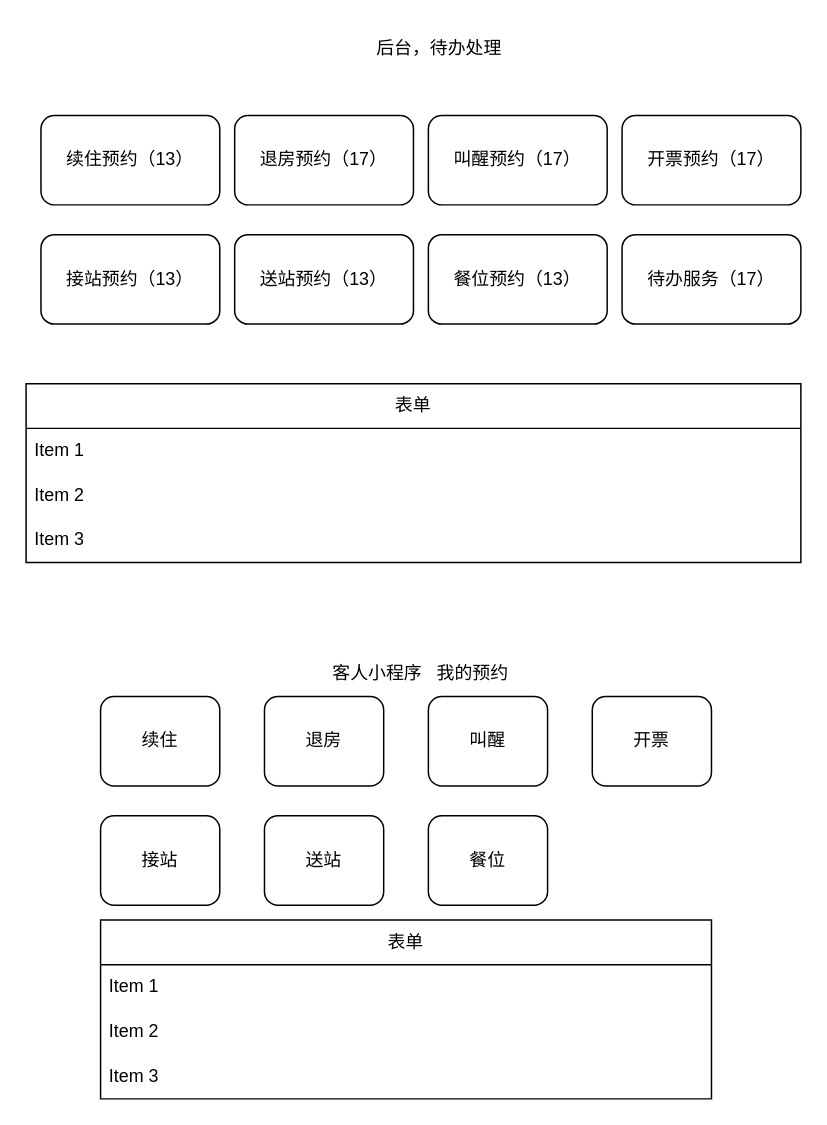
The draw.io diagram xzzh/服务管家.drawio in daniel-7d/draw, before the edit. Source tidied: cells renumbered, new cells numbered last; positions are measured from the earlier drawing's top-left corner, leaving out a move shared by most shapes. Both pictures are drawn from the tidied source at 149%, with x=0, y=0 at pixel (25, 25).
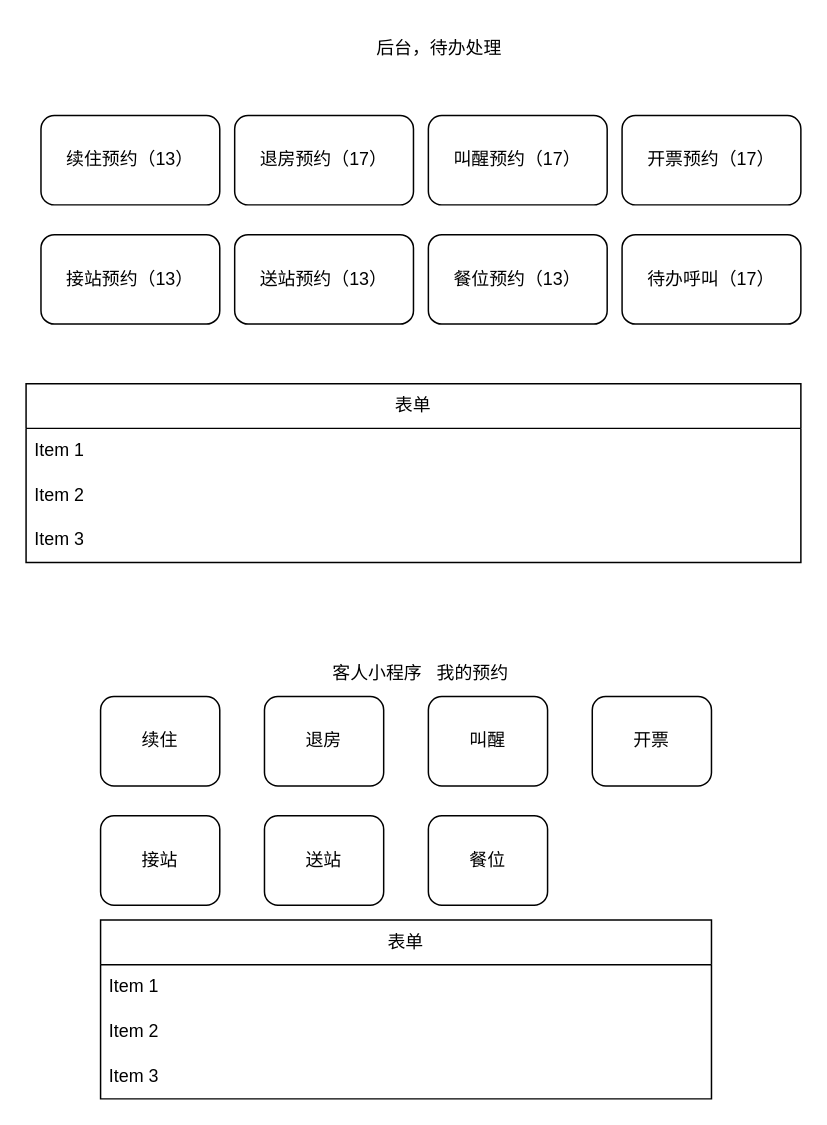
The same diagram, later.

Commit message:
更新服务管家.drawio

The edit, as a diff of the source:
```diff
@@
-    <mxCell id="8" value="待办服务（17）" style="rounded=1;whiteSpace=wrap;html=1;" parent="1" vertex="1">
+    <mxCell id="8" value="待办呼叫（17）" style="rounded=1;whiteSpace=wrap;html=1;" parent="1" vertex="1">
       <mxGeometry x="400" y="140" width="120" height="60" as="geometry" />
     </mxCell>
```
